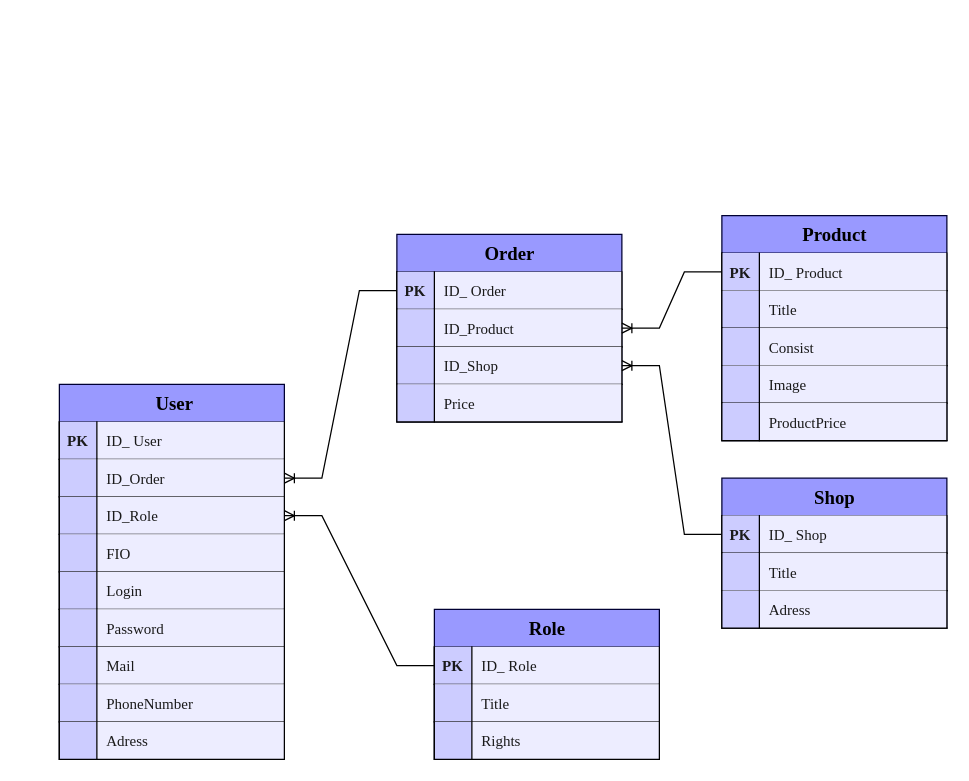
Above: Диаграмма доставки суши.drawio in Karidess/Er_sample_diagramma (draw.io), before the change. Source tidied: cells renumbered, new cells numbered last; positions are measured from the earlier drawing's top-left corner, leaving out a move shared by most shapes. Both pictures are drawn from the tidied source at 125%, with x=0, y=0 at pixel (59, 215).
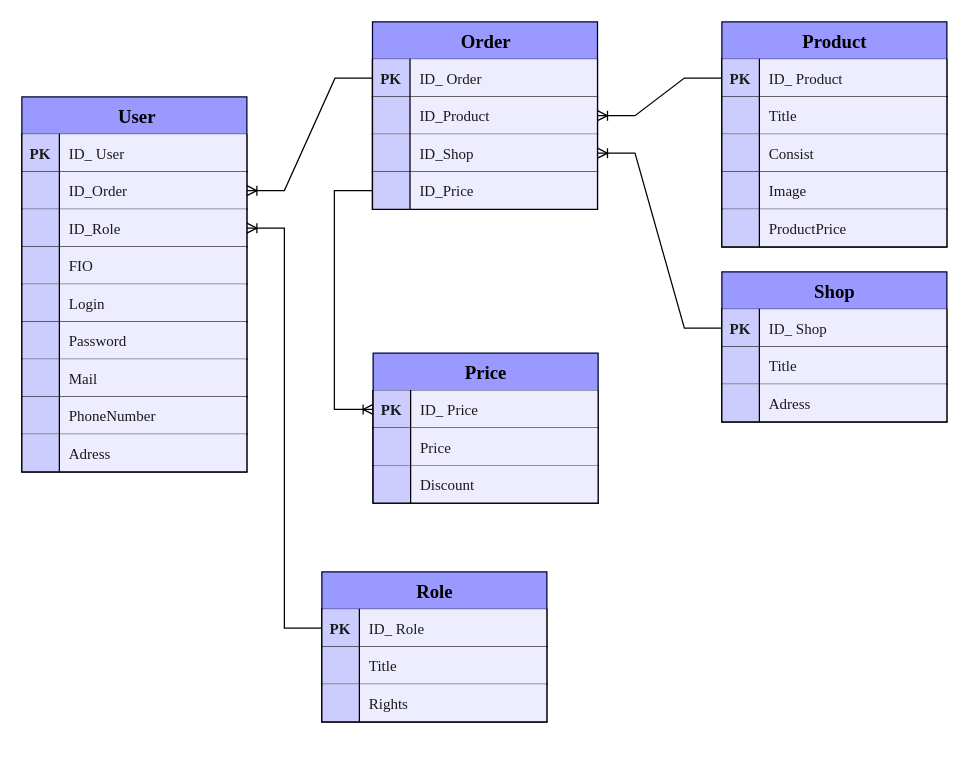
The same diagram, later.

The change refers to these unchanged cells:
```xml
<mxCell id="40" style="shape=tableRow;horizontal=0;startSize=0;swimlaneHead=0;swimlaneBody=0;fillColor=default;points=[[0,0.5],[1,0.5]];portConstraint=eastwest;top=0;left=1;right=0;bottom=1;comic=0;strokeWidth=1;fontSize=12;strokeColor=#000000;fontColor=#1A1A1A;fontFamily=Garamond;align=left;labelBackgroundColor=none;" parent="30" vertex="1">
  <mxGeometry y="120" width="180" height="30" as="geometry" />
</mxCell>
```

The edit, as a diff of the source:
```diff
@@
     <mxCell id="2" value=" User" style="shape=table;startSize=30;childLayout=tableLayout;rowLines=0;fontStyle=1;align=center;comic=0;strokeWidth=1;fontSize=15;fillColor=#9999FF;strokeColor=#000033;fontFamily=Garamond;labelBorderColor=none;labelBackgroundColor=none;html=1;top=1;bottom=1;gradientColor=none;" parent="1" vertex="1">
-      <mxGeometry y="135" width="180" height="300" as="geometry" />
+      <mxGeometry x="-30" y="-95" width="180" height="300" as="geometry" />
     </mxCell>
@@
     <mxCell id="30" value="Order" style="shape=table;startSize=30;childLayout=tableLayout;rowLines=0;fontStyle=1;align=center;comic=0;strokeWidth=1;fontSize=15;fillColor=#9999FF;strokeColor=#000033;fontFamily=Garamond;labelBorderColor=none;labelBackgroundColor=none;html=1;top=1;bottom=1;gradientColor=none;" parent="1" vertex="1">
-      <mxGeometry x="270" y="15" width="180" height="150" as="geometry" />
+      <mxGeometry x="250.5" y="-155" width="180" height="150" as="geometry" />
     </mxCell>
@@
-    <mxCell id="42" value="Price" style="shape=partialRectangle;fillColor=#EDEDFF;top=0;left=1;bottom=1;right=1;align=left;spacingLeft=6;overflow=hidden;comic=0;strokeWidth=1;fontSize=12;strokeColor=#000000;fontColor=#1A1A1A;fontFamily=Garamond;labelBackgroundColor=none;" parent="40" vertex="1">
+    <mxCell id="42" value="ID_Price" style="shape=partialRectangle;fillColor=#EDEDFF;top=0;left=1;bottom=1;right=1;align=left;spacingLeft=6;overflow=hidden;comic=0;strokeWidth=1;fontSize=12;strokeColor=#000000;fontColor=#1A1A1A;fontFamily=Garamond;labelBackgroundColor=none;" parent="40" vertex="1">
       <mxGeometry x="30" width="150" height="30" as="geometry" />
     </mxCell>
@@
     <mxCell id="44" value="Product" style="shape=table;startSize=30;childLayout=tableLayout;rowLines=0;fontStyle=1;align=center;comic=0;strokeWidth=1;fontSize=15;fillColor=#9999FF;strokeColor=#000033;fontFamily=Garamond;labelBorderColor=none;labelBackgroundColor=none;html=1;top=1;bottom=1;gradientColor=none;" parent="1" vertex="1">
-      <mxGeometry x="530" width="180" height="180" as="geometry" />
+      <mxGeometry x="530" y="-155" width="180" height="180" as="geometry" />
     </mxCell>
@@
     <mxCell id="62" value="Shop" style="shape=table;startSize=30;childLayout=tableLayout;rowLines=0;fontStyle=1;align=center;comic=0;strokeWidth=1;fontSize=15;fillColor=#9999FF;strokeColor=#000033;fontFamily=Garamond;labelBorderColor=none;labelBackgroundColor=none;html=1;top=1;bottom=1;gradientColor=none;" parent="1" vertex="1">
-      <mxGeometry x="530" y="210" width="180" height="120" as="geometry" />
+      <mxGeometry x="530" y="45" width="180" height="120" as="geometry" />
     </mxCell>
@@
     <mxCell id="73" value="Role" style="shape=table;startSize=30;childLayout=tableLayout;rowLines=0;fontStyle=1;align=center;comic=0;strokeWidth=1;fontSize=15;fillColor=#9999FF;strokeColor=#000033;fontFamily=Garamond;labelBorderColor=none;labelBackgroundColor=none;html=1;top=1;bottom=1;gradientColor=none;" parent="1" vertex="1">
-      <mxGeometry x="300" y="315" width="180" height="120" as="geometry" />
+      <mxGeometry x="210" y="285" width="180" height="120" as="geometry" />
     </mxCell>
@@
+    <mxCell id="83" value="Price" style="shape=table;startSize=30;childLayout=tableLayout;rowLines=0;fontStyle=1;align=center;comic=0;strokeWidth=1;fontSize=15;fillColor=#9999FF;strokeColor=#000033;fontFamily=Garamond;labelBorderColor=none;labelBackgroundColor=none;html=1;top=1;bottom=1;gradientColor=none;" parent="1" vertex="1">
+      <mxGeometry x="251" y="110" width="180" height="120" as="geometry" />
+    </mxCell>
+    <mxCell id="84" style="shape=tableRow;horizontal=0;startSize=0;swimlaneHead=0;swimlaneBody=0;fillColor=default;points=[[0,0.5],[1,0.5]];portConstraint=eastwest;top=0;left=1;right=0;bottom=1;comic=0;strokeWidth=1;fontSize=12;strokeColor=#000000;fontColor=#1A1A1A;fontStyle=0;fontFamily=Garamond;align=left;labelBackgroundColor=none;" parent="83" vertex="1">
+      <mxGeometry y="30" width="180" height="30" as="geometry" />
+    </mxCell>
+    <mxCell id="85" value="PK" style="shape=partialRectangle;fillColor=#CCCCFF;top=0;left=1;bottom=1;right=0;fontStyle=1;overflow=hidden;comic=0;strokeWidth=1;fontSize=12;strokeColor=#000000;fontColor=#1A1A1A;fontFamily=Garamond;align=center;labelBackgroundColor=none;" parent="84" vertex="1">
+      <mxGeometry width="30" height="30" as="geometry" />
+    </mxCell>
+    <mxCell id="86" value="ID_ Price" style="shape=partialRectangle;fillColor=#EDEDFF;top=0;left=1;bottom=1;right=1;align=left;spacingLeft=6;fontStyle=0;overflow=hidden;comic=0;strokeWidth=1;fontSize=12;strokeColor=#000000;fontColor=#1A1A1A;fontFamily=Garamond;labelBackgroundColor=none;" parent="84" vertex="1">
+      <mxGeometry x="30" width="150" height="30" as="geometry" />
+    </mxCell>
+    <mxCell id="87" style="shape=tableRow;horizontal=0;startSize=0;swimlaneHead=0;swimlaneBody=0;fillColor=default;top=0;left=1;right=0;bottom=1;comic=0;strokeWidth=1;fontSize=12;strokeColor=#000000;fontColor=#1A1A1A;fontFamily=Garamond;align=left;labelBackgroundColor=none;" parent="83" vertex="1">
+      <mxGeometry y="60" width="180" height="30" as="geometry" />
+    </mxCell>
+    <mxCell id="88" style="shape=partialRectangle;fillColor=#CCCCFF;top=0;left=1;bottom=1;right=0;overflow=hidden;comic=0;strokeWidth=1;fontSize=12;strokeColor=#000000;fontColor=#1A1A1A;fontFamily=Garamond;align=center;fontStyle=1;labelBackgroundColor=none;" parent="87" vertex="1">
+      <mxGeometry width="30" height="30" as="geometry" />
+    </mxCell>
+    <mxCell id="89" value="Price" style="shape=partialRectangle;fillColor=#EDEDFF;top=0;left=1;bottom=1;right=1;align=left;spacingLeft=6;overflow=hidden;comic=0;strokeWidth=1;fontSize=12;strokeColor=#000000;fontColor=#1A1A1A;fontFamily=Garamond;labelBackgroundColor=none;" parent="87" vertex="1">
+      <mxGeometry x="30" width="150" height="30" as="geometry" />
+    </mxCell>
+    <mxCell id="90" style="shape=tableRow;horizontal=0;startSize=0;swimlaneHead=0;swimlaneBody=0;fillColor=default;top=0;left=1;right=0;bottom=1;comic=0;strokeWidth=1;fontSize=12;strokeColor=#000000;fontColor=#1A1A1A;fontFamily=Garamond;align=left;labelBackgroundColor=none;" parent="83" vertex="1">
+      <mxGeometry y="90" width="180" height="30" as="geometry" />
+    </mxCell>
+    <mxCell id="91" style="shape=partialRectangle;fillColor=#CCCCFF;top=0;left=1;bottom=1;right=0;overflow=hidden;comic=0;strokeWidth=1;fontSize=12;strokeColor=#000000;fontColor=#1A1A1A;fontFamily=Garamond;align=center;fontStyle=1;labelBackgroundColor=none;" parent="90" vertex="1">
+      <mxGeometry width="30" height="30" as="geometry" />
+    </mxCell>
+    <mxCell id="92" value="Discount" style="shape=partialRectangle;fillColor=#EDEDFF;top=0;left=1;bottom=1;right=1;align=left;spacingLeft=6;overflow=hidden;comic=0;strokeWidth=1;fontSize=12;strokeColor=#000000;fontColor=#1A1A1A;fontFamily=Garamond;labelBackgroundColor=none;" parent="90" vertex="1">
+      <mxGeometry x="30" width="150" height="30" as="geometry" />
+    </mxCell>
+    <mxCell id="93" style="edgeStyle=orthogonalEdgeStyle;fontSize=12;html=1;endArrow=ERoneToMany;rounded=0;fontColor=#4D9900;entryX=0;entryY=0.5;entryDx=0;entryDy=0;exitX=0;exitY=0.5;exitDx=0;exitDy=0;" parent="1" edge="1" source="40" target="84">
+      <mxGeometry relative="1" as="geometry">
+        <Array as="points">
+          <mxPoint x="220" y="-20" />
+          <mxPoint x="220" y="155" />
+        </Array>
+      </mxGeometry>
+    </mxCell>
```
